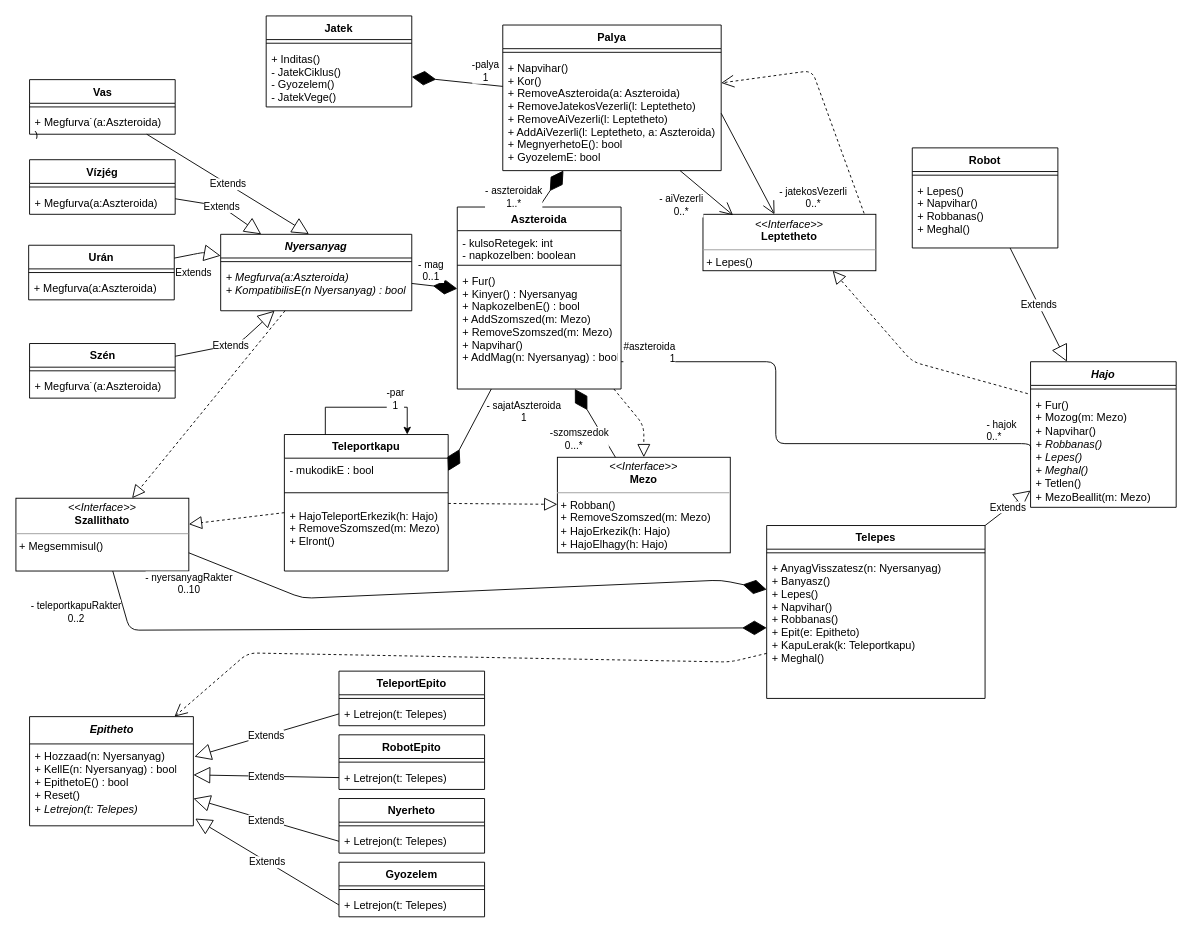
Earlier version of the draw.io diagram doc/uml/class.drawio (torpeBoiGo/aszteroidabanyaszat). Source tidied: cells renumbered, new cells numbered last; positions are measured from the earlier drawing's top-left corner, leaving out a move shared by most shapes. Both pictures are drawn from the tidied source at 91%, with x=0, y=0 at pixel (15, 15).
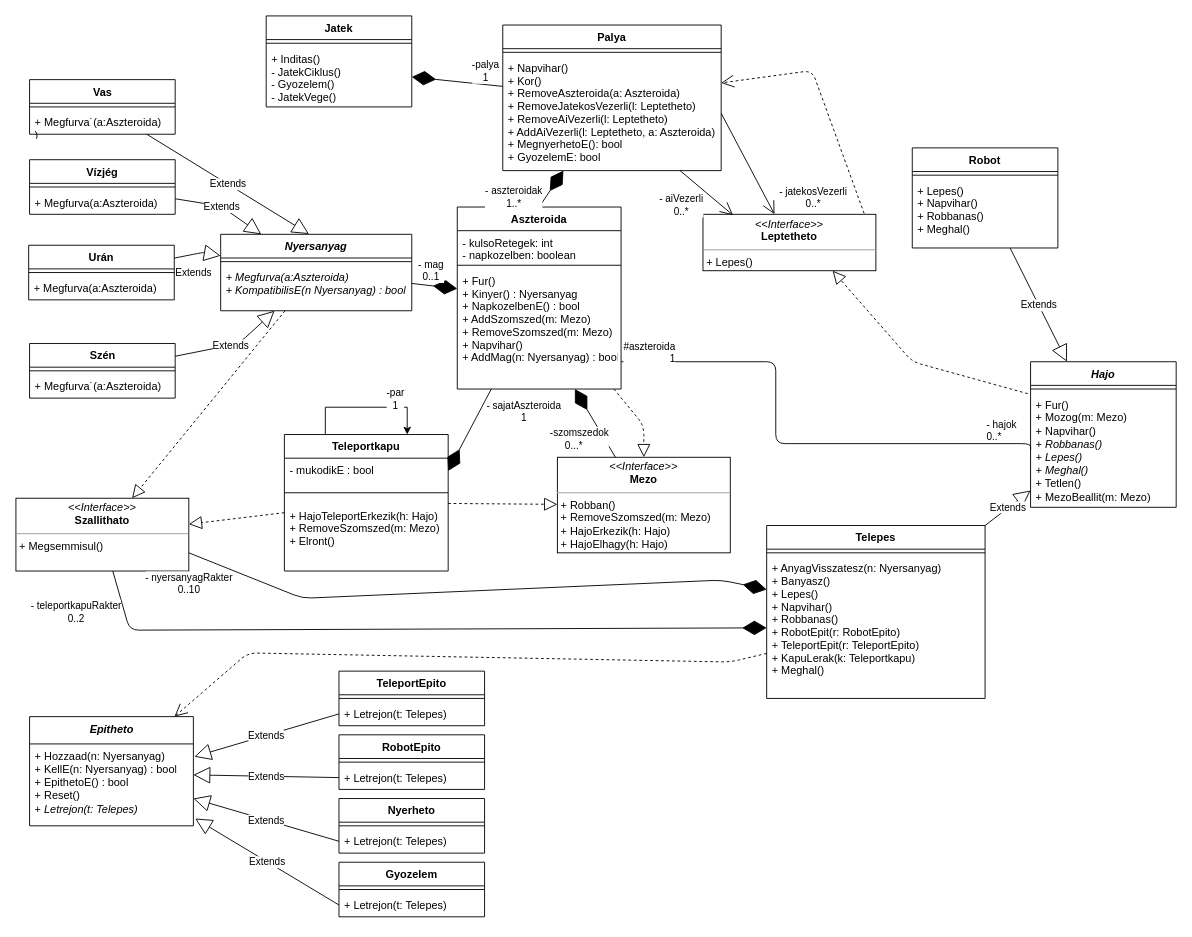
Above is the later version.

Commit message:
robotepito, teleportepito

The change refers to these unchanged cells:
```xml
<mxCell id="16" value="Telepes" style="swimlane;fontStyle=1;align=center;verticalAlign=top;horizontal=1;startSize=26;" parent="1" vertex="1">
  <mxGeometry x="825" y="560" width="240" height="190" as="geometry" />
</mxCell>
```

The edit, as a diff of the source:
```diff
@@
-    <mxCell id="18" value="+ AnyagVisszatesz(n: Nyersanyag)&#10;+ Banyasz()&#10;+ Lepes()&#10;+ Napvihar()&#10;+ Robbanas()&#10;+ Epit(e: Epitheto)&#10;+ KapuLerak(k: Teleportkapu)&#10;+ Meghal()" style="text;strokeColor=none;fillColor=none;align=left;verticalAlign=top;spacingLeft=4;spacingRight=4;overflow=hidden;points=[[0,0.5],[1,0.5]];portConstraint=eastwest;" parent="16" vertex="1">
+    <mxCell id="18" value="+ AnyagVisszatesz(n: Nyersanyag)&#10;+ Banyasz()&#10;+ Lepes()&#10;+ Napvihar()&#10;+ Robbanas()&#10;+ RobotEpit(r: RobotEpito)&#10;+ TeleportEpit(r: TeleportEpito)&#10;+ KapuLerak(k: Teleportkapu)&#10;+ Meghal()" style="text;strokeColor=none;fillColor=none;align=left;verticalAlign=top;spacingLeft=4;spacingRight=4;overflow=hidden;points=[[0,0.5],[1,0.5]];portConstraint=eastwest;" parent="16" vertex="1">
       <mxGeometry y="34" width="240" height="156" as="geometry" />
     </mxCell>
```
